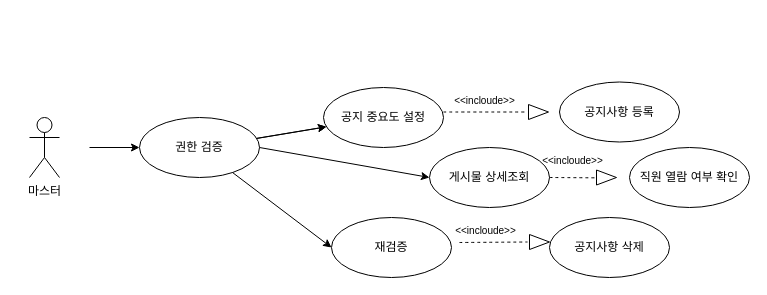
Before: BOD-ANN-003.drawio in fury2019/Diagram, a draw.io diagram. Source tidied: cells renumbered, new cells numbered last; positions are measured from the earlier drawing's top-left corner, leaving out a move shared by most shapes. Both pictures are drawn from the tidied source at 100%, with x=0, y=0 at pixel (29, 81).
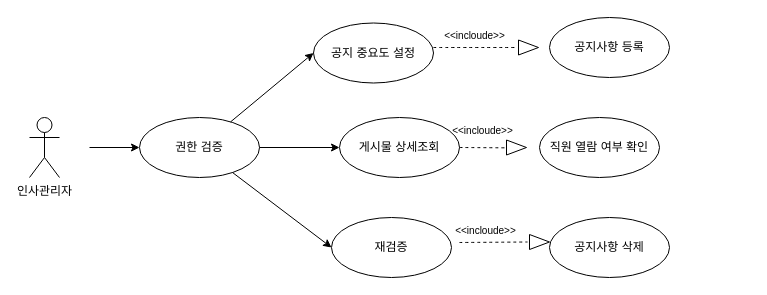
After the change.

The change refers to these unchanged cells:
```xml
<mxCell id="2" value="권한 검증" style="ellipse;whiteSpace=wrap;html=1;" parent="1" vertex="1">
  <mxGeometry x="110" y="36" width="120" height="60" as="geometry" />
</mxCell>
```

Diff of the diagram source:
```diff
@@
     <mxCell id="3" value="공지사항 등록" style="ellipse;whiteSpace=wrap;html=1;" parent="1" vertex="1">
-      <mxGeometry x="530" y="0.5" width="120" height="60" as="geometry" />
+      <mxGeometry x="520" y="-64" width="120" height="60" as="geometry" />
     </mxCell>
@@
     <mxCell id="6" value="게시물 상세조회" style="ellipse;whiteSpace=wrap;html=1;" parent="1" vertex="1">
-      <mxGeometry x="400" y="66" width="120" height="60" as="geometry" />
+      <mxGeometry x="310" y="36" width="120" height="60" as="geometry" />
     </mxCell>
     <mxCell id="7" value="직원 열람 여부 확인" style="ellipse;whiteSpace=wrap;html=1;" parent="1" vertex="1">
-      <mxGeometry x="600" y="66" width="120" height="60" as="geometry" />
+      <mxGeometry x="510" y="36" width="120" height="60" as="geometry" />
     </mxCell>
@@
-    <mxCell id="9" parent="1" edge="1" source="2" target="13">
-      <mxGeometry relative="1" as="geometry" />
-    </mxCell>
@@
-    <mxCell id="11" value="마스터" style="shape=umlActor;verticalLabelPosition=bottom;verticalAlign=top;html=1;" parent="1" vertex="1">
+    <mxCell id="11" value="인사관리자" style="shape=umlActor;verticalLabelPosition=bottom;verticalAlign=top;html=1;" parent="1" vertex="1">
       <mxGeometry y="36" width="30" height="60" as="geometry" />
     </mxCell>
-    <mxCell id="12" parent="1" edge="1" source="2" target="13">
+    <mxCell id="12" style="entryX=0;entryY=0.5;entryDx=0;entryDy=0;" parent="1" edge="1" source="2" target="13">
       <mxGeometry relative="1" as="geometry" />
     </mxCell>
     <mxCell id="13" value="공지 중요도 설정" style="ellipse;whiteSpace=wrap;html=1;" parent="1" vertex="1">
-      <mxGeometry x="294" y="6" width="120" height="60" as="geometry" />
+      <mxGeometry x="284" y="-58.5" width="120" height="60" as="geometry" />
     </mxCell>
     <mxCell id="14" style="endArrow=none;dashed=1;html=1;rounded=0;fontSize=12;startSize=8;endSize=8;curved=1;exitX=1;exitY=0.5;exitDx=0;exitDy=0;" parent="1" edge="1">
       <mxGeometry relative="1" as="geometry">
-        <mxPoint x="414" y="30.5" as="sourcePoint" />
-        <mxPoint x="497" y="30.5" as="targetPoint" />
+        <mxPoint x="404" y="-34" as="sourcePoint" />
+        <mxPoint x="487" y="-34" as="targetPoint" />
       </mxGeometry>
     </mxCell>
     <mxCell id="15" value="&lt;font style=&quot;font-size: 10px; font-weight: normal;&quot;&gt;&amp;lt;&amp;lt;incloude&amp;gt;&amp;gt;&lt;/font&gt;" style="text;strokeColor=none;fillColor=none;html=1;fontSize=24;fontStyle=1;verticalAlign=middle;align=center;" parent="1" vertex="1">
-      <mxGeometry x="422" y="6" width="66" height="17" as="geometry" />
+      <mxGeometry x="412" y="-58.5" width="66" height="17" as="geometry" />
     </mxCell>
     <mxCell id="16" style="triangle;whiteSpace=wrap;html=1;" parent="1" vertex="1">
-      <mxGeometry x="499" y="23" width="20" height="15" as="geometry" />
+      <mxGeometry x="489" y="-41.5" width="20" height="15" as="geometry" />
     </mxCell>
@@
     <mxCell id="21" value="&lt;font style=&quot;font-size: 10px; font-weight: normal;&quot;&gt;&amp;lt;&amp;lt;incloude&amp;gt;&amp;gt;&lt;/font&gt;" style="text;strokeColor=none;fillColor=none;html=1;fontSize=24;fontStyle=1;verticalAlign=middle;align=center;" parent="1" vertex="1">
-      <mxGeometry x="510" y="66" width="66" height="17" as="geometry" />
+      <mxGeometry x="420" y="36" width="66" height="17" as="geometry" />
     </mxCell>
     <mxCell id="22" style="triangle;whiteSpace=wrap;html=1;" parent="1" vertex="1">
-      <mxGeometry x="567" y="88.5" width="20" height="15" as="geometry" />
+      <mxGeometry x="477" y="58.5" width="20" height="15" as="geometry" />
     </mxCell>
```
